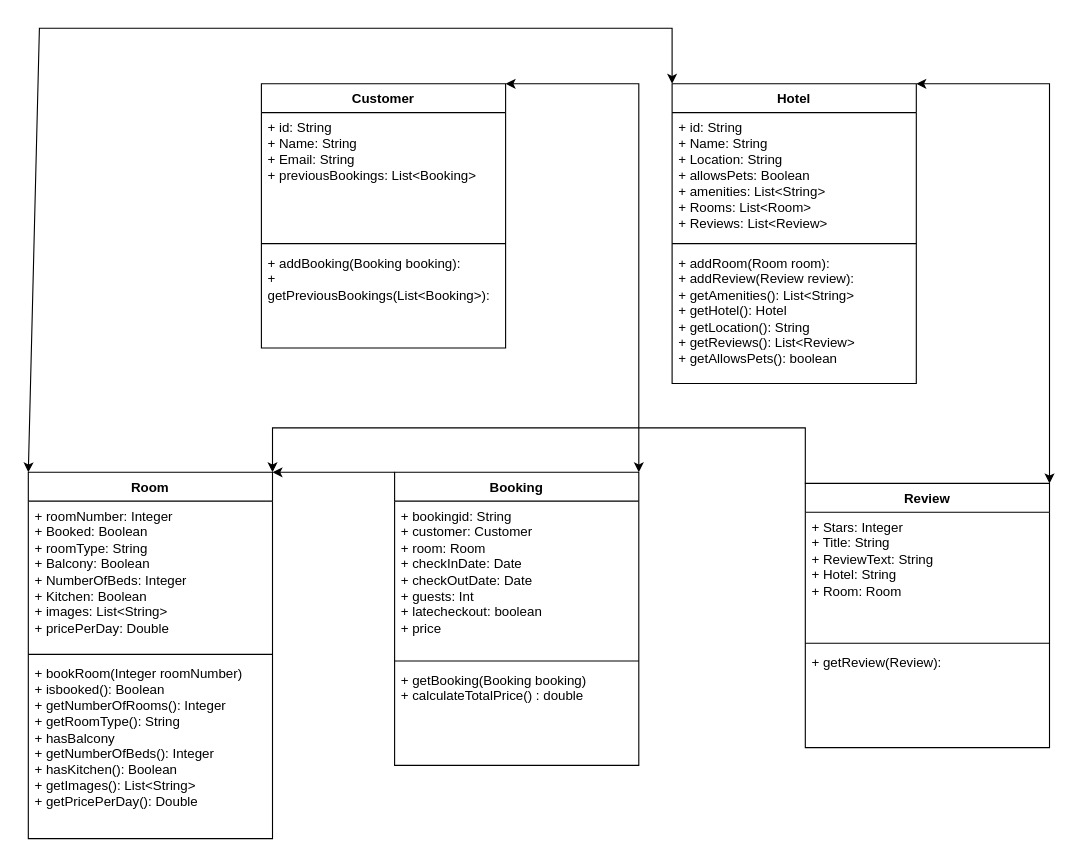
Earlier version of the draw.io diagram V2/Domain module.drawio (rthor997/HBV401G-Throun_hugbunathar). Source tidied: cells renumbered, new cells numbered last; positions are measured from the earlier drawing's top-left corner, leaving out a move shared by most shapes. Both pictures are drawn from the tidied source at 111%, with x=0, y=0 at pixel (28, 28).
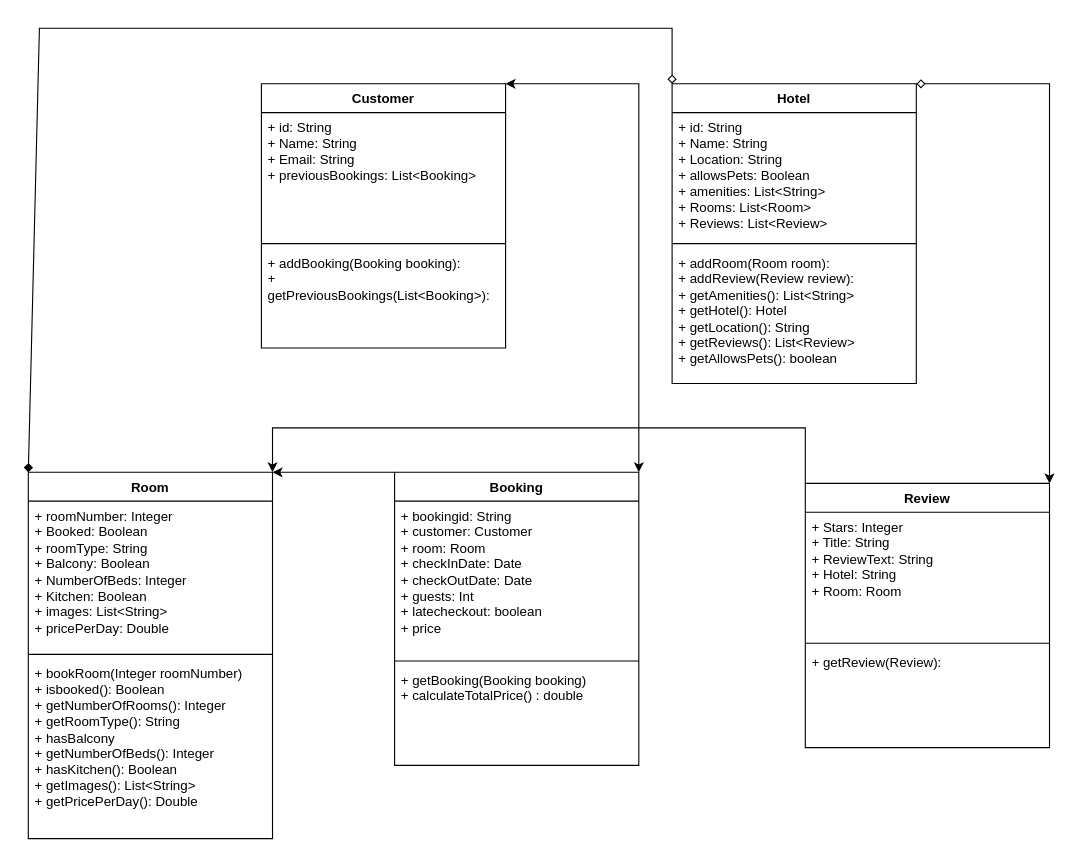
Above is the later version.

Commit message:
laga örvar?

The change refers to these unchanged cells:
```xml
<mxCell id="6" value="Hotel" style="swimlane;fontStyle=1;align=center;verticalAlign=top;horizontal=1;startSize=26;whiteSpace=wrap;html=1;" parent="1" vertex="1">
  <mxGeometry x="580" y="50" width="220" height="270" as="geometry" />
</mxCell>
<mxCell id="10" value="Review" style="swimlane;fontStyle=1;align=center;verticalAlign=top;horizontal=1;startSize=26;whiteSpace=wrap;html=1;" parent="1" vertex="1">
  <mxGeometry x="700" y="410" width="220" height="238" as="geometry" />
</mxCell>
<mxCell id="18" value="Room" style="swimlane;fontStyle=1;align=center;verticalAlign=top;horizontal=1;startSize=26;whiteSpace=wrap;html=1;" parent="1" vertex="1">
  <mxGeometry y="400" width="220" height="330" as="geometry" />
</mxCell>
```

The edit, as a diff of the source:
```diff
@@
-    <mxCell id="22" style="endArrow=classic;startArrow=classic;html=1;rounded=0;exitX=1;exitY=0;exitDx=0;exitDy=0;entryX=1;entryY=0;entryDx=0;entryDy=0;" parent="1" edge="1" source="10" target="6">
+    <mxCell id="22" style="endArrow=diamond;startArrow=classic;html=1;rounded=0;exitX=1;exitY=0;exitDx=0;exitDy=0;entryX=1;entryY=0;entryDx=0;entryDy=0;startFill=1;endFill=0;" parent="1" edge="1" source="10" target="6">
       <mxGeometry relative="1" as="geometry">
         <Array as="points">
           <mxPoint x="920" y="50" />
         </Array>
       </mxGeometry>
     </mxCell>
-    <mxCell id="23" style="endArrow=classic;startArrow=classic;html=1;rounded=0;exitX=0;exitY=0;exitDx=0;exitDy=0;entryX=0;entryY=0;entryDx=0;entryDy=0;" parent="1" edge="1" source="18" target="6">
+    <mxCell id="23" style="endArrow=diamond;startArrow=diamond;html=1;rounded=0;exitX=0;exitY=0;exitDx=0;exitDy=0;entryX=0;entryY=0;entryDx=0;entryDy=0;startFill=1;endFill=0;" parent="1" edge="1" source="18" target="6">
       <mxGeometry relative="1" as="geometry">
         <Array as="points">
           <mxPoint x="10" />
           <mxPoint x="580" />
         </Array>
       </mxGeometry>
     </mxCell>
```
